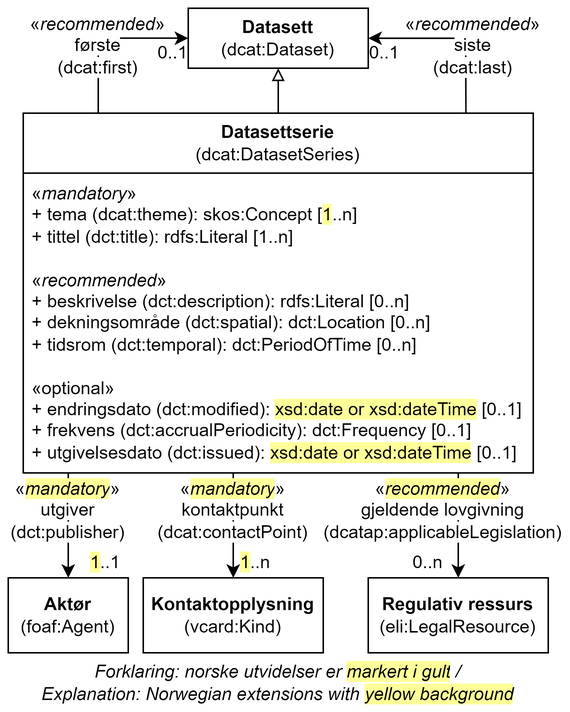
This is docs/images/Klassen-Datasettserie.png from Informasjonsforvaltning/dcat-ap-no, a draw.io export, as it was before one commit. Source tidied: cells renumbered, new cells last; positions are measured from the earlier drawing's top-left corner, leaving out a move shared by most shapes.
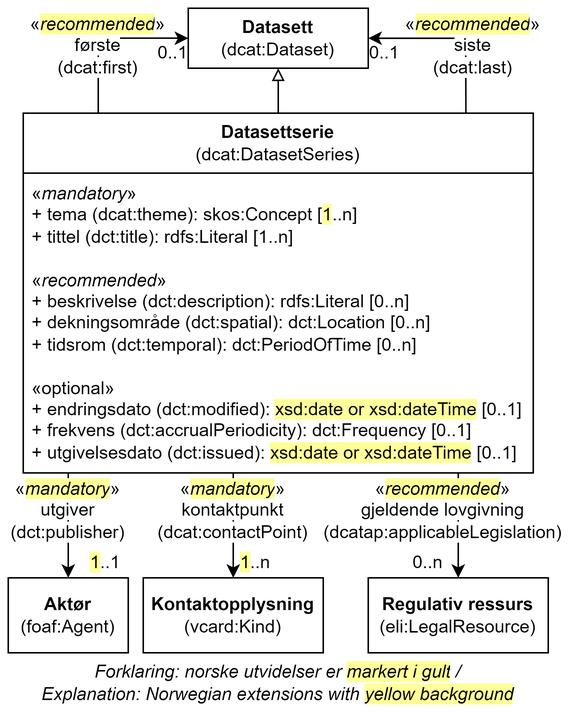
After the change.

Commit message:
Justering iht. DCAT-AP

Change to the diagram source:
```diff
@@ -71,10 +71,10 @@
         </Array>
       </mxGeometry>
     </mxCell>
-    <mxCell id="20" value="&lt;span style=&quot;background-color: rgb(255, 255, 255);&quot;&gt;&lt;span style=&quot;color: rgb(0, 0, 0); font-family: Helvetica; font-size: 12px; font-style: normal; font-variant-ligatures: normal; font-variant-caps: normal; font-weight: 400; letter-spacing: normal; orphans: 2; text-align: left; text-indent: 0px; text-transform: none; widows: 2; word-spacing: 0px; -webkit-text-stroke-width: 0px; white-space: normal; text-decoration-thickness: initial; text-decoration-style: initial; text-decoration-color: initial; float: none; display: inline !important;&quot;&gt;«&lt;/span&gt;&lt;i style=&quot;forced-color-adjust: none; color: rgb(0, 0, 0); font-family: Helvetica; font-size: 12px; font-variant-ligatures: normal; font-variant-caps: normal; font-weight: 400; letter-spacing: normal; orphans: 2; text-align: left; text-indent: 0px; text-transform: none; widows: 2; word-spacing: 0px; -webkit-text-stroke-width: 0px; white-space: normal; text-decoration-thickness: initial; text-decoration-style: initial; text-decoration-color: initial;&quot;&gt;recommended&lt;/i&gt;&lt;span style=&quot;color: rgb(0, 0, 0); font-family: Helvetica; font-size: 12px; font-style: normal; font-variant-ligatures: normal; font-variant-caps: normal; font-weight: 400; letter-spacing: normal; orphans: 2; text-align: left; text-indent: 0px; text-transform: none; widows: 2; word-spacing: 0px; -webkit-text-stroke-width: 0px; white-space: normal; text-decoration-thickness: initial; text-decoration-style: initial; text-decoration-color: initial; float: none; display: inline !important;&quot;&gt;»&lt;/span&gt;&lt;br&gt;&lt;span style=&quot;text-align: left;&quot;&gt;første&lt;/span&gt;&lt;/span&gt;&lt;div&gt;&lt;span style=&quot;text-align: left; background-color: rgb(255, 255, 255);&quot;&gt;(dcat:first)&lt;/span&gt;&lt;/div&gt;" style="text;html=1;align=center;verticalAlign=middle;whiteSpace=wrap;rounded=0;" parent="1" vertex="1">
+    <mxCell id="20" value="&lt;span style=&quot;background-color: rgb(255, 255, 255); color: rgb(0, 0, 0); font-family: Helvetica; font-size: 12px; font-style: normal; font-variant-ligatures: normal; font-variant-caps: normal; font-weight: 400; letter-spacing: normal; orphans: 2; text-align: left; text-indent: 0px; text-transform: none; widows: 2; word-spacing: 0px; -webkit-text-stroke-width: 0px; white-space: normal; text-decoration-thickness: initial; text-decoration-style: initial; text-decoration-color: initial; float: none; display: inline !important;&quot;&gt;«&lt;/span&gt;&lt;i style=&quot;forced-color-adjust: none; color: rgb(0, 0, 0); font-family: Helvetica; font-size: 12px; font-variant-ligatures: normal; font-variant-caps: normal; font-weight: 400; letter-spacing: normal; orphans: 2; text-align: left; text-indent: 0px; text-transform: none; widows: 2; word-spacing: 0px; -webkit-text-stroke-width: 0px; white-space: normal; text-decoration-thickness: initial; text-decoration-style: initial; text-decoration-color: initial; background-color: rgb(255, 255, 153);&quot;&gt;recommended&lt;/i&gt;&lt;span style=&quot;background-color: rgb(255, 255, 255); color: rgb(0, 0, 0); font-family: Helvetica; font-size: 12px; font-style: normal; font-variant-ligatures: normal; font-variant-caps: normal; font-weight: 400; letter-spacing: normal; orphans: 2; text-align: left; text-indent: 0px; text-transform: none; widows: 2; word-spacing: 0px; -webkit-text-stroke-width: 0px; white-space: normal; text-decoration-thickness: initial; text-decoration-style: initial; text-decoration-color: initial; float: none; display: inline !important;&quot;&gt;»&lt;/span&gt;&lt;br&gt;&lt;span style=&quot;background-color: rgb(255, 255, 255); text-align: left;&quot;&gt;første&lt;/span&gt;&lt;div&gt;&lt;span style=&quot;text-align: left; background-color: rgb(255, 255, 255);&quot;&gt;(dcat:first)&lt;/span&gt;&lt;/div&gt;" style="text;html=1;align=center;verticalAlign=middle;whiteSpace=wrap;rounded=0;" parent="1" vertex="1">
       <mxGeometry x="30" y="10" width="60" height="30" as="geometry" />
     </mxCell>
-    <mxCell id="21" value="&lt;span style=&quot;background-color: rgb(255, 255, 255);&quot;&gt;&lt;span style=&quot;color: rgb(0, 0, 0); font-family: Helvetica; font-size: 12px; font-style: normal; font-variant-ligatures: normal; font-variant-caps: normal; font-weight: 400; letter-spacing: normal; orphans: 2; text-align: left; text-indent: 0px; text-transform: none; widows: 2; word-spacing: 0px; -webkit-text-stroke-width: 0px; white-space: normal; text-decoration-thickness: initial; text-decoration-style: initial; text-decoration-color: initial; float: none; display: inline !important;&quot;&gt;«&lt;/span&gt;&lt;i style=&quot;forced-color-adjust: none; color: rgb(0, 0, 0); font-family: Helvetica; font-size: 12px; font-variant-ligatures: normal; font-variant-caps: normal; font-weight: 400; letter-spacing: normal; orphans: 2; text-align: left; text-indent: 0px; text-transform: none; widows: 2; word-spacing: 0px; -webkit-text-stroke-width: 0px; white-space: normal; text-decoration-thickness: initial; text-decoration-style: initial; text-decoration-color: initial;&quot;&gt;recommended&lt;/i&gt;&lt;span style=&quot;color: rgb(0, 0, 0); font-family: Helvetica; font-size: 12px; font-style: normal; font-variant-ligatures: normal; font-variant-caps: normal; font-weight: 400; letter-spacing: normal; orphans: 2; text-align: left; text-indent: 0px; text-transform: none; widows: 2; word-spacing: 0px; -webkit-text-stroke-width: 0px; white-space: normal; text-decoration-thickness: initial; text-decoration-style: initial; text-decoration-color: initial; float: none; display: inline !important;&quot;&gt;»&lt;/span&gt;&lt;br&gt;&lt;span style=&quot;text-align: left;&quot;&gt;siste&lt;/span&gt;&lt;/span&gt;&lt;div&gt;&lt;span style=&quot;text-align: left; background-color: rgb(255, 255, 255);&quot;&gt;(dcat:last)&lt;/span&gt;&lt;/div&gt;" style="text;html=1;align=center;verticalAlign=middle;whiteSpace=wrap;rounded=0;" parent="1" vertex="1">
+    <mxCell id="21" value="&lt;span style=&quot;background-color: rgb(255, 255, 255); color: rgb(0, 0, 0); font-family: Helvetica; font-size: 12px; font-style: normal; font-variant-ligatures: normal; font-variant-caps: normal; font-weight: 400; letter-spacing: normal; orphans: 2; text-align: left; text-indent: 0px; text-transform: none; widows: 2; word-spacing: 0px; -webkit-text-stroke-width: 0px; white-space: normal; text-decoration-thickness: initial; text-decoration-style: initial; text-decoration-color: initial; float: none; display: inline !important;&quot;&gt;«&lt;/span&gt;&lt;i style=&quot;forced-color-adjust: none; color: rgb(0, 0, 0); font-family: Helvetica; font-size: 12px; font-variant-ligatures: normal; font-variant-caps: normal; font-weight: 400; letter-spacing: normal; orphans: 2; text-align: left; text-indent: 0px; text-transform: none; widows: 2; word-spacing: 0px; -webkit-text-stroke-width: 0px; white-space: normal; text-decoration-thickness: initial; text-decoration-style: initial; text-decoration-color: initial; background-color: rgb(255, 255, 153);&quot;&gt;recommended&lt;/i&gt;&lt;span style=&quot;background-color: rgb(255, 255, 255); color: rgb(0, 0, 0); font-family: Helvetica; font-size: 12px; font-style: normal; font-variant-ligatures: normal; font-variant-caps: normal; font-weight: 400; letter-spacing: normal; orphans: 2; text-align: left; text-indent: 0px; text-transform: none; widows: 2; word-spacing: 0px; -webkit-text-stroke-width: 0px; white-space: normal; text-decoration-thickness: initial; text-decoration-style: initial; text-decoration-color: initial; float: none; display: inline !important;&quot;&gt;»&lt;/span&gt;&lt;br&gt;&lt;span style=&quot;background-color: rgb(255, 255, 255); text-align: left;&quot;&gt;siste&lt;/span&gt;&lt;div&gt;&lt;span style=&quot;text-align: left; background-color: rgb(255, 255, 255);&quot;&gt;(dcat:last)&lt;/span&gt;&lt;/div&gt;" style="text;html=1;align=center;verticalAlign=middle;whiteSpace=wrap;rounded=0;" parent="1" vertex="1">
       <mxGeometry x="280" y="10" width="60" height="30" as="geometry" />
     </mxCell>
     <mxCell id="22" value="0..1" style="text;html=1;align=center;verticalAlign=middle;whiteSpace=wrap;rounded=0;" parent="1" vertex="1">
```
